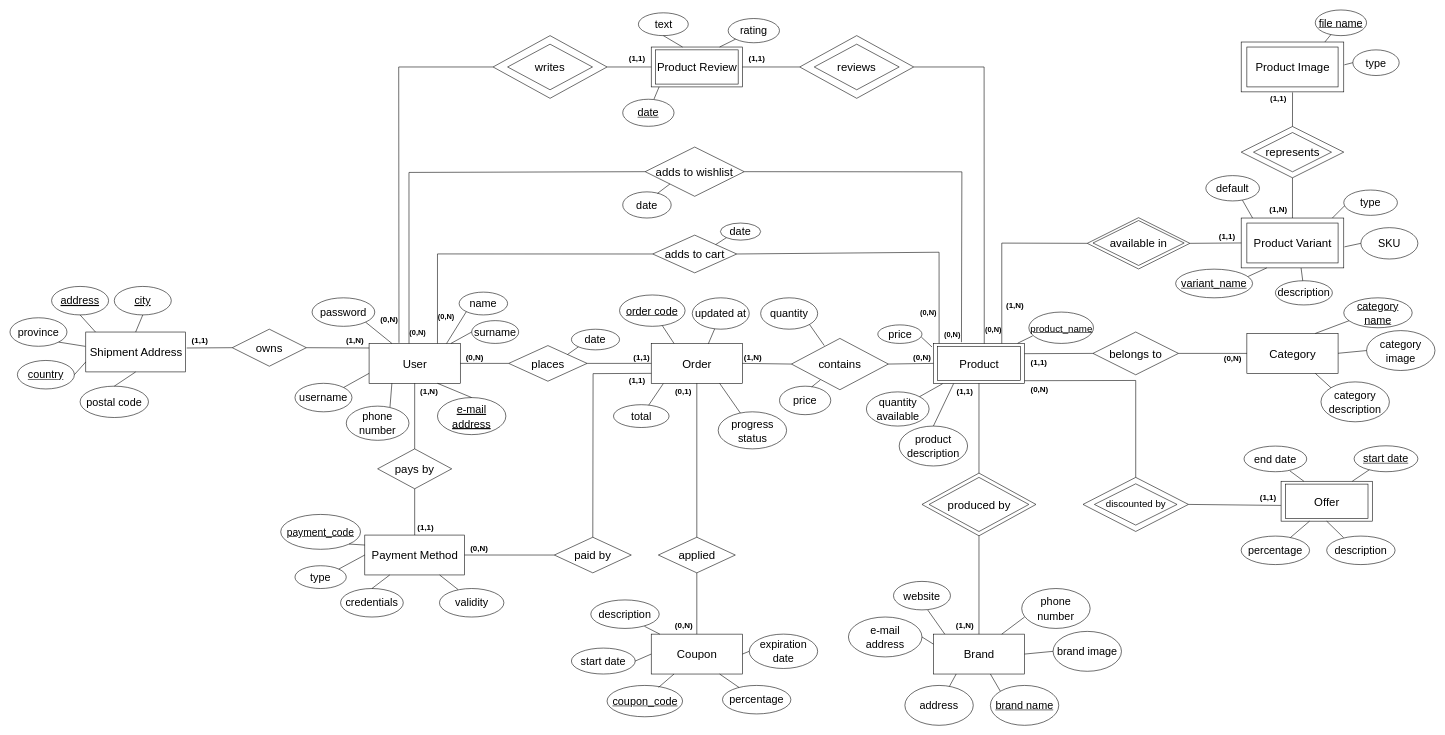
Earlier version of the draw.io diagram documentation/database/ER.drawio (Tecnologie-Del-Web/Project). Source tidied: cells renumbered, new cells numbered last; positions are measured from the earlier drawing's top-left corner, leaving out a move shared by most shapes. Both pictures are drawn from the tidied source at 57%, with x=0, y=0 at pixel (10, 10).
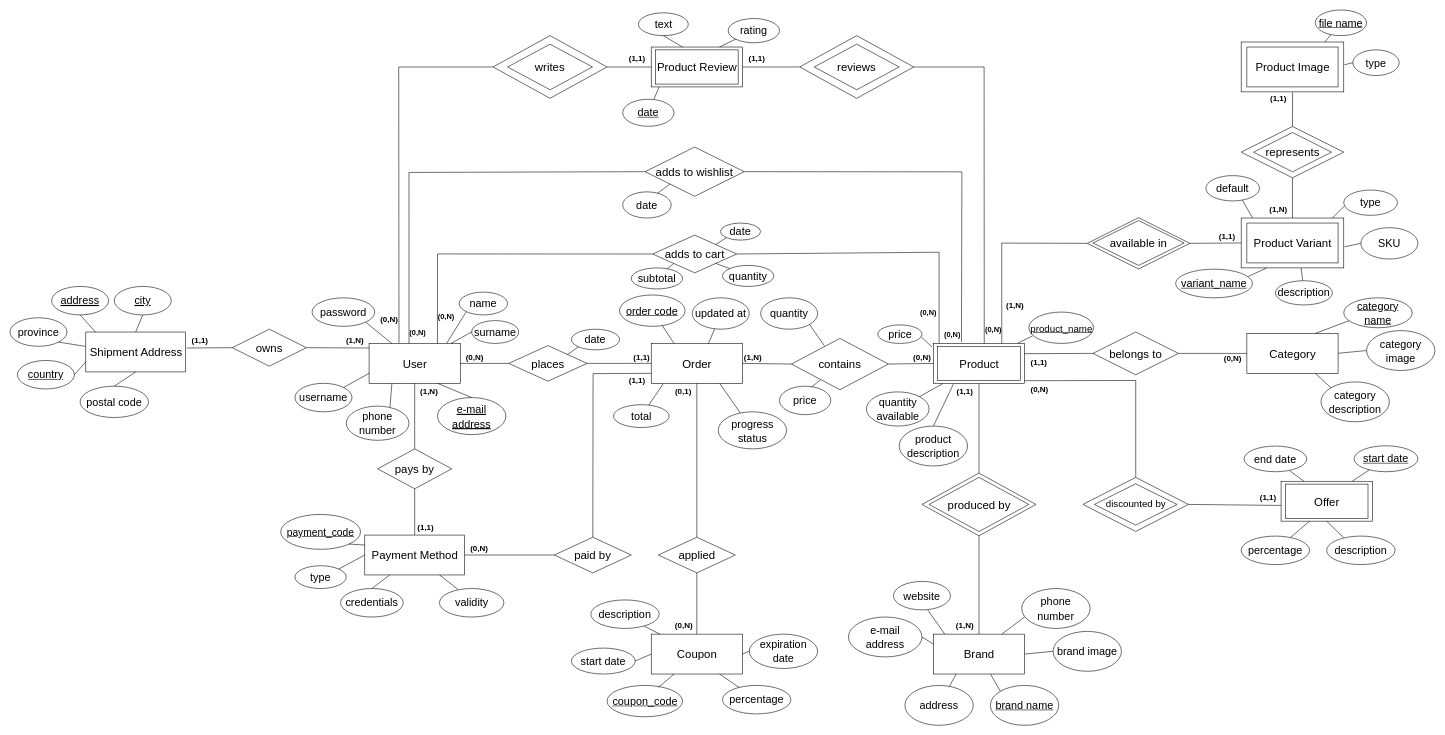
Above is the later version.

Unchanged cells that the change refers to:
```xml
<mxCell id="205" value="&lt;span style=&quot;font-size: 20px;&quot;&gt;adds to cart&lt;/span&gt;" style="shape=rhombus;perimeter=rhombusPerimeter;whiteSpace=wrap;html=1;align=center;" parent="1" vertex="1">
  <mxGeometry x="1127.6" y="395" width="147.4" height="66.2" as="geometry" />
</mxCell>
```

Diff of the diagram source:
```diff
@@
+    <mxCell id="212" value="&lt;font style=&quot;font-size: 19px;&quot;&gt;quantity&lt;/font&gt;" style="ellipse;whiteSpace=wrap;html=1;fontSize=20;" parent="1" vertex="1">
+      <mxGeometry x="1250" y="448.1" width="90" height="36.9" as="geometry" />
+    </mxCell>
+    <mxCell id="213" style="endArrow=none;html=1;rounded=0;fontSize=20;entryX=1;entryY=1;entryDx=0;entryDy=0;exitX=0;exitY=0;exitDx=0;exitDy=0;" parent="1" edge="1" source="212" target="205">
+      <mxGeometry relative="1" as="geometry" />
+    </mxCell>
+    <mxCell id="214" value="&lt;font style=&quot;font-size: 19px;&quot;&gt;subtotal&lt;/font&gt;" style="ellipse;whiteSpace=wrap;html=1;fontSize=20;" parent="1" vertex="1">
+      <mxGeometry x="1090" y="452.5" width="90" height="36.9" as="geometry" />
+    </mxCell>
+    <mxCell id="215" style="endArrow=none;html=1;rounded=0;fontSize=20;entryX=0;entryY=1;entryDx=0;entryDy=0;exitX=0.701;exitY=0.049;exitDx=0;exitDy=0;exitPerimeter=0;" parent="1" edge="1" source="214" target="205">
+      <mxGeometry relative="1" as="geometry" />
+    </mxCell>
```
